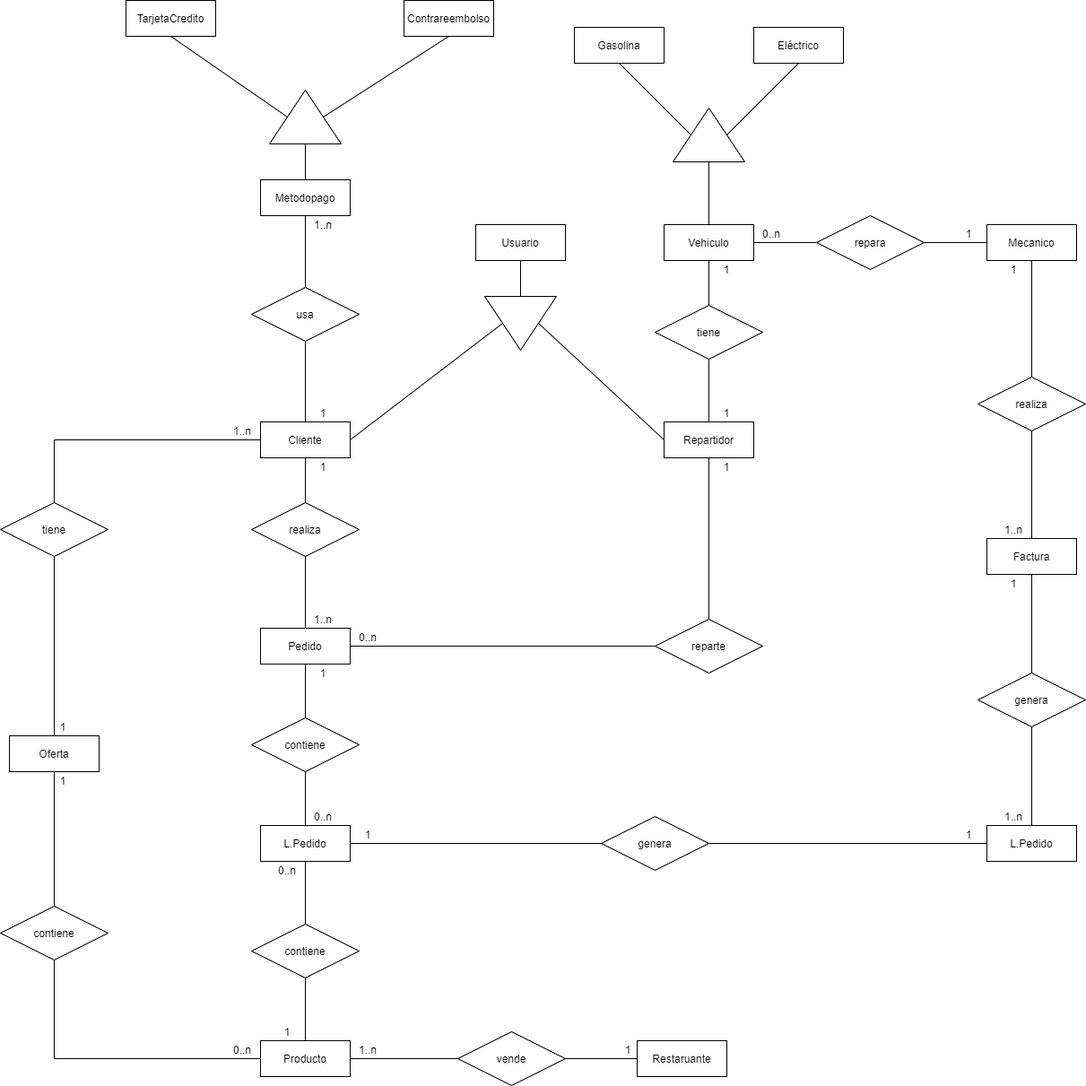
The draw.io diagram Trabajo 1 DBD.png in carlosbuendiaj/AlbaEats, before a commit. Source tidied: cells renumbered, new cells last; positions are measured from the earlier drawing's top-left corner, leaving out a move shared by most shapes.
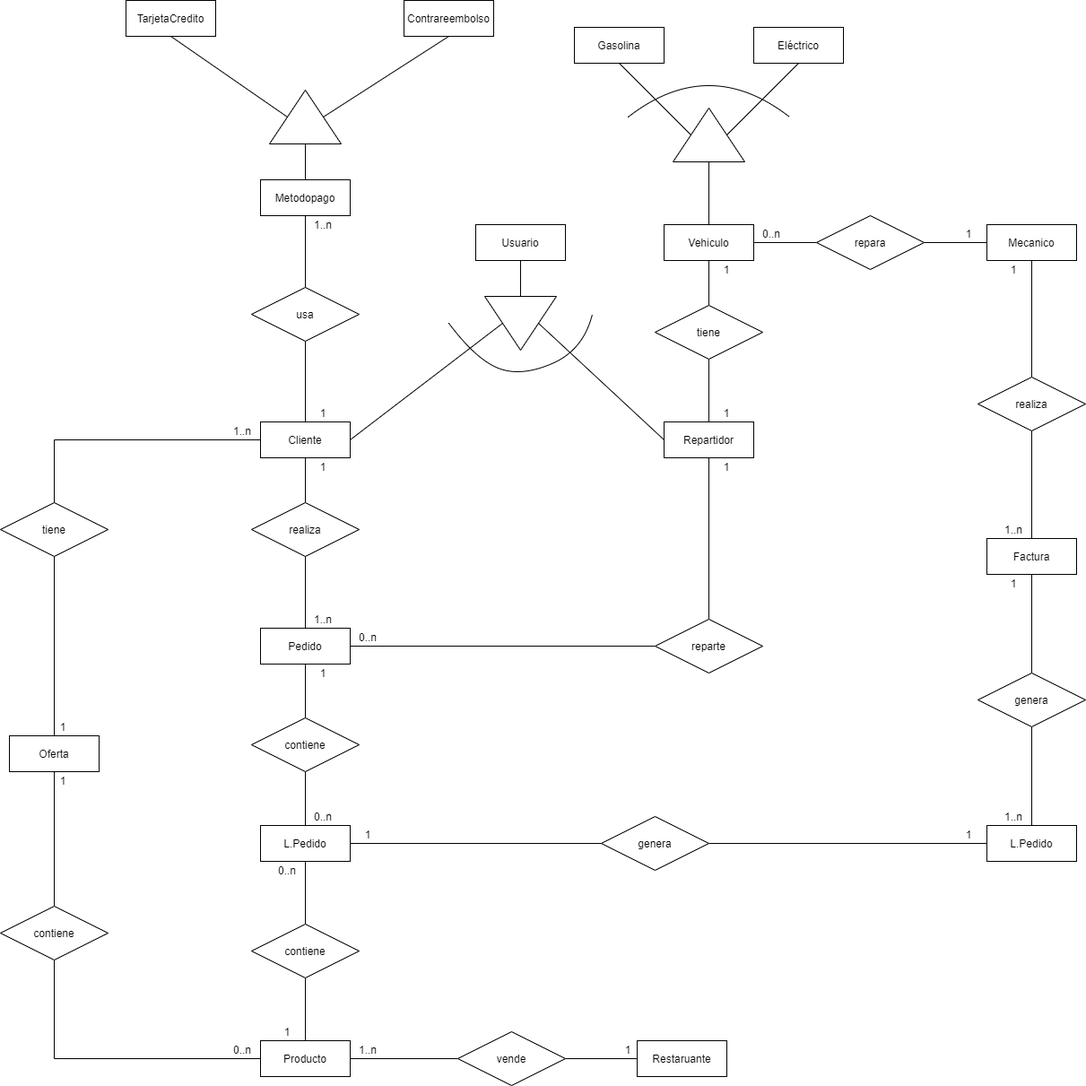
The same file after the commit.

Commit message:
Actualización png del mere

The edit, as a diff of the source:
```diff
@@ -292,5 +292,25 @@
     <mxCell id="95" value="1..n" style="text;html=1;strokeColor=none;fillColor=none;align=center;verticalAlign=middle;whiteSpace=wrap;rounded=0;" parent="1" vertex="1">
       <mxGeometry x="340" y="240" width="40" height="20" as="geometry" />
     </mxCell>
+    <mxCell id="96" style="curved=1;endArrow=none;html=1;endFill=0;" parent="1" edge="1">
+      <mxGeometry relative="1" as="geometry">
+        <mxPoint x="500" y="360" as="sourcePoint" />
+        <mxPoint x="660" y="350" as="targetPoint" />
+        <Array as="points">
+          <mxPoint x="530" y="400" />
+          <mxPoint x="580" y="420" />
+          <mxPoint x="650" y="390" />
+        </Array>
+      </mxGeometry>
+    </mxCell>
+    <mxCell id="97" style="curved=1;endArrow=none;html=1;endFill=0;" parent="1" edge="1">
+      <mxGeometry relative="1" as="geometry">
+        <mxPoint x="700" y="130" as="sourcePoint" />
+        <mxPoint x="880" y="130" as="targetPoint" />
+        <Array as="points">
+          <mxPoint x="790" y="60" />
+        </Array>
+      </mxGeometry>
+    </mxCell>
   </root>
 </mxGraphModel>
```
